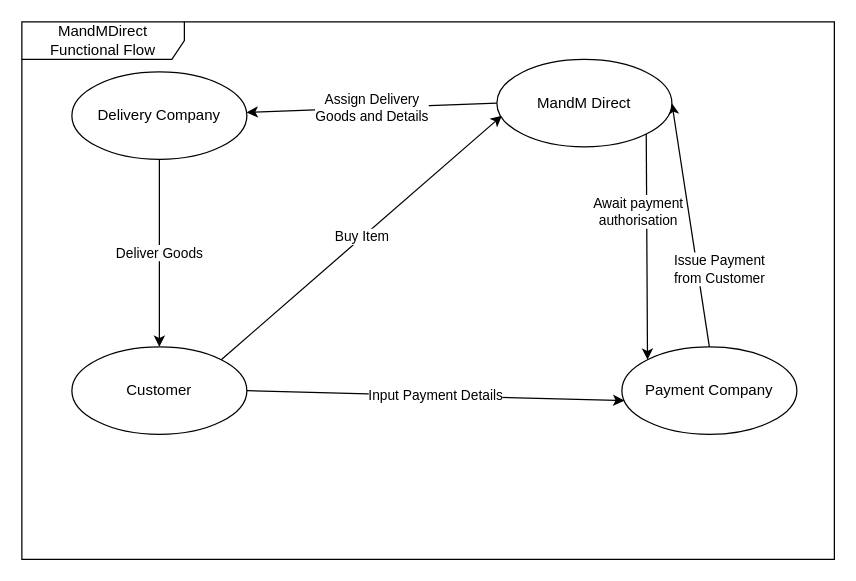
Earlier version of the draw.io diagram week1/Functional Flow Diagram Shop.drawio (Darren-ODonnell/BusinessModellingDiagrams). Source tidied: cells renumbered, new cells numbered last; positions are measured from the earlier drawing's top-left corner, leaving out a move shared by most shapes. Both pictures are drawn from the tidied source at 125%, with x=0, y=0 at pixel (21, 21).
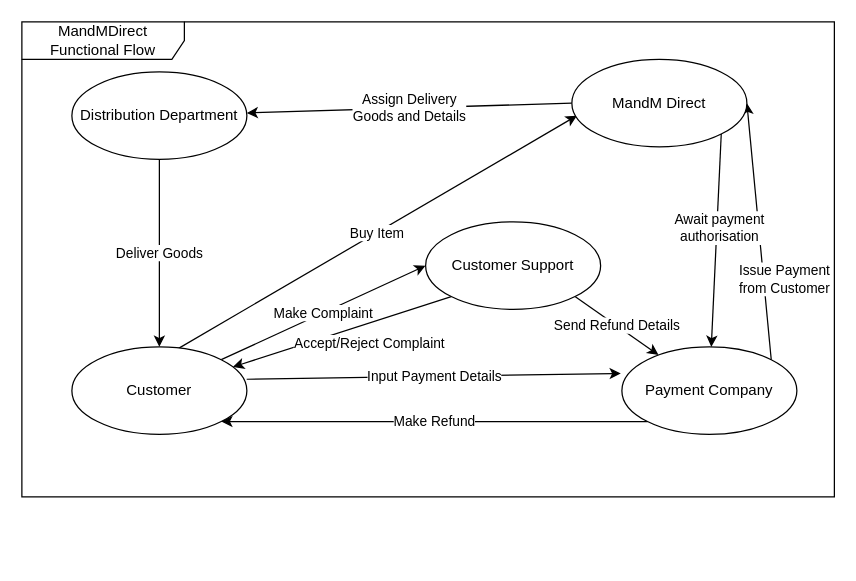
Above is the later version.

The edit, as a diff of the source:
```diff
@@
 <mxGraphModel>
   <root>
     <mxCell id="0" />
     <mxCell id="1" parent="0" />
     <mxCell id="2" value="MandMDirect Functional Flow" style="shape=umlFrame;whiteSpace=wrap;html=1;width=130;height=30;" parent="1" vertex="1">
-      <mxGeometry width="650" height="430" as="geometry" />
+      <mxGeometry width="650" height="380" as="geometry" />
     </mxCell>
-    <mxCell id="3" value="Buy Item" style="edgeStyle=none;rounded=0;jettySize=auto;html=1;exitX=1;exitY=0;exitDx=0;exitDy=0;entryX=0.029;entryY=0.643;entryDx=0;entryDy=0;entryPerimeter=0;" parent="1" edge="1" source="4" target="12">
+    <mxCell id="3" value="Buy Item" style="edgeStyle=none;rounded=0;jettySize=auto;html=1;exitX=0.595;exitY=0.034;exitDx=0;exitDy=0;entryX=0.029;entryY=0.643;entryDx=0;entryDy=0;entryPerimeter=0;exitPerimeter=0;" parent="1" edge="1" source="4" target="12">
       <mxGeometry relative="1" as="geometry" />
     </mxCell>
+    <mxCell id="13" value="Make Complaint" style="edgeStyle=none;rounded=0;jettySize=auto;html=1;exitX=1;exitY=0;exitDx=0;exitDy=0;entryX=0;entryY=0.5;entryDx=0;entryDy=0;" parent="1" edge="1" source="4" target="17">
+      <mxGeometry relative="1" as="geometry" />
+    </mxCell>
     <mxCell id="4" value="Customer" style="ellipse;whiteSpace=wrap;html=1;" parent="1" vertex="1">
       <mxGeometry x="40" y="260" width="140" height="70" as="geometry" />
     </mxCell>
-    <mxCell id="5" value="Input Payment Details" style="edgeStyle=none;rounded=0;jettySize=auto;html=1;exitX=1;exitY=0.5;exitDx=0;exitDy=0;entryX=0.014;entryY=0.614;entryDx=0;entryDy=0;entryPerimeter=0;" parent="1" edge="1" source="4" target="7">
+    <mxCell id="5" value="Input Payment Details" style="edgeStyle=none;rounded=0;jettySize=auto;html=1;exitX=0.999;exitY=0.37;exitDx=0;exitDy=0;entryX=-0.006;entryY=0.303;entryDx=0;entryDy=0;entryPerimeter=0;exitPerimeter=0;" parent="1" edge="1" source="4" target="7">
       <mxGeometry relative="1" as="geometry" />
     </mxCell>
-    <mxCell id="6" value="Issue Payment &lt;br&gt;from Customer" style="edgeStyle=none;rounded=0;jettySize=auto;html=1;exitX=0.5;exitY=0;exitDx=0;exitDy=0;entryX=1;entryY=0.5;entryDx=0;entryDy=0;" parent="1" edge="1" source="7" target="12">
+    <mxCell id="6" value="Issue Payment &lt;br&gt;from Customer" style="edgeStyle=none;rounded=0;jettySize=auto;html=1;exitX=1;exitY=0;exitDx=0;exitDy=0;entryX=1;entryY=0.5;entryDx=0;entryDy=0;" parent="1" edge="1" source="7" target="12">
       <mxGeometry x="-0.39" y="-17" relative="1" as="geometry" />
     </mxCell>
+    <mxCell id="14" value="Make Refund" style="edgeStyle=none;rounded=0;jettySize=auto;html=1;exitX=0;exitY=1;exitDx=0;exitDy=0;entryX=1;entryY=1;entryDx=0;entryDy=0;" parent="1" edge="1" source="7" target="4">
+      <mxGeometry relative="1" as="geometry" />
+    </mxCell>
     <mxCell id="7" value="Payment Company" style="ellipse;whiteSpace=wrap;html=1;" parent="1" vertex="1">
       <mxGeometry x="480" y="260" width="140" height="70" as="geometry" />
     </mxCell>
     <mxCell id="8" value="Deliver Goods" style="edgeStyle=none;rounded=0;jettySize=auto;html=1;exitX=0.5;exitY=1;exitDx=0;exitDy=0;entryX=0.5;entryY=0;entryDx=0;entryDy=0;" parent="1" edge="1" source="9" target="4">
       <mxGeometry relative="1" as="geometry" />
     </mxCell>
-    <mxCell id="9" value="Delivery Company" style="ellipse;whiteSpace=wrap;html=1;" parent="1" vertex="1">
+    <mxCell id="9" value="Distribution Department" style="ellipse;whiteSpace=wrap;html=1;" parent="1" vertex="1">
       <mxGeometry x="40" y="40" width="140" height="70" as="geometry" />
     </mxCell>
-    <mxCell id="10" value="Await payment &lt;br&gt;authorisation" style="edgeStyle=none;rounded=0;jettySize=auto;html=1;exitX=1;exitY=1;exitDx=0;exitDy=0;entryX=0;entryY=0;entryDx=0;entryDy=0;" parent="1" edge="1" source="12" target="7">
-      <mxGeometry x="-0.31" y="-7" relative="1" as="geometry" />
+    <mxCell id="10" value="Await payment &lt;br&gt;authorisation" style="edgeStyle=none;rounded=0;jettySize=auto;html=1;exitX=1;exitY=1;exitDx=0;exitDy=0;" parent="1" edge="1" source="12" target="7">
+      <mxGeometry x="-0.12" y="2" relative="1" as="geometry" />
     </mxCell>
     <mxCell id="11" value="Assign Delivery &lt;br&gt;Goods and Details" style="edgeStyle=none;rounded=0;jettySize=auto;html=1;exitX=0;exitY=0.5;exitDx=0;exitDy=0;" parent="1" edge="1" source="12" target="9">
       <mxGeometry relative="1" as="geometry" />
     </mxCell>
     <mxCell id="12" value="MandM Direct" style="ellipse;whiteSpace=wrap;html=1;" parent="1" vertex="1">
-      <mxGeometry x="380" y="30" width="140" height="70" as="geometry" />
+      <mxGeometry x="440" y="30" width="140" height="70" as="geometry" />
     </mxCell>
+    <mxCell id="15" value="Accept/Reject Complaint" style="edgeStyle=none;rounded=0;jettySize=auto;html=1;exitX=0;exitY=1;exitDx=0;exitDy=0;" parent="1" edge="1" source="17" target="4">
+      <mxGeometry x="-0.19" y="15" relative="1" as="geometry" />
+    </mxCell>
+    <mxCell id="16" value="Send Refund Details" style="edgeStyle=none;rounded=0;jettySize=auto;html=1;exitX=1;exitY=1;exitDx=0;exitDy=0;" parent="1" edge="1" source="17" target="7">
+      <mxGeometry relative="1" as="geometry" />
+    </mxCell>
+    <mxCell id="17" value="Customer Support" style="ellipse;whiteSpace=wrap;html=1;" parent="1" vertex="1">
+      <mxGeometry x="323" y="160" width="140" height="70" as="geometry" />
+    </mxCell>
   </root>
 </mxGraphModel>
```
